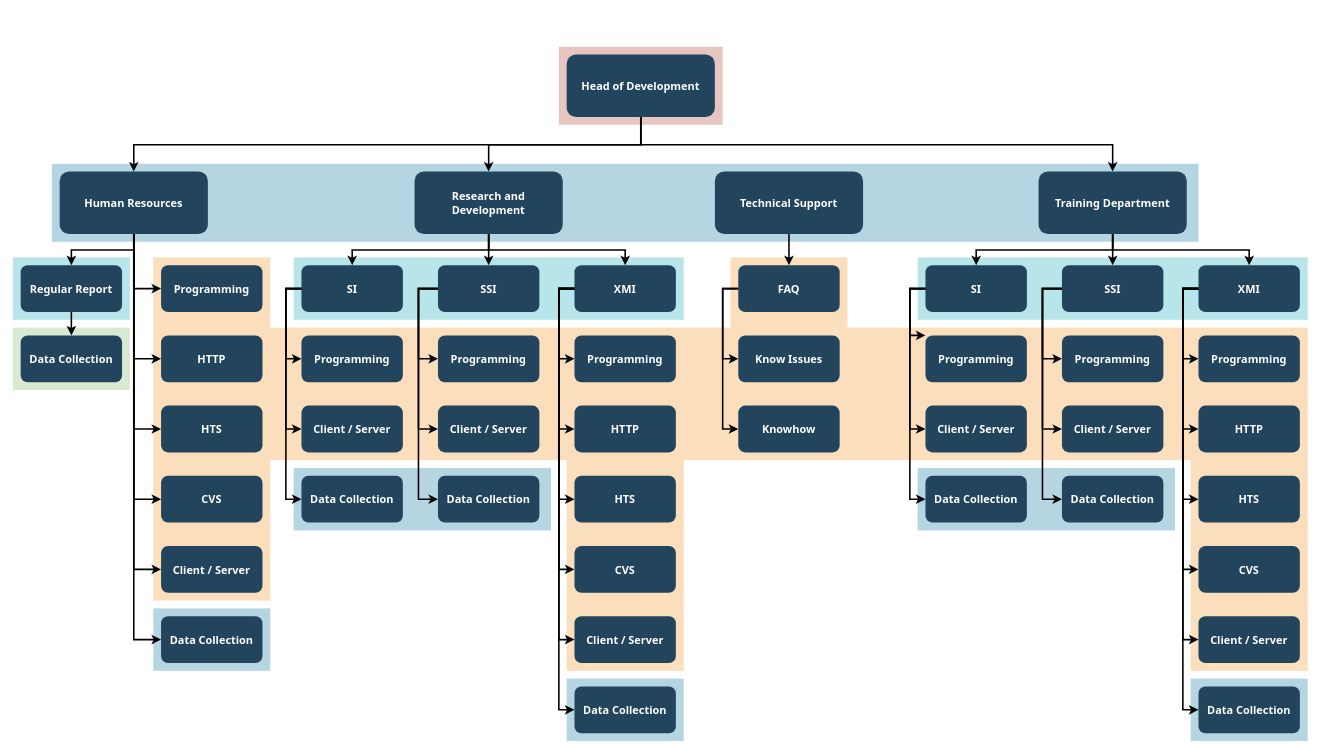
The draw.io diagram Диаграмма без названия.drawio in vadimartyushenko/lecture-materials, before the edit. Source tidied: cells renumbered, new cells numbered last; positions are measured from the earlier drawing's top-left corner, leaving out a move shared by most shapes. Both pictures are drawn from the tidied source at 78%, with x=0, y=0 at pixel (12, 47).
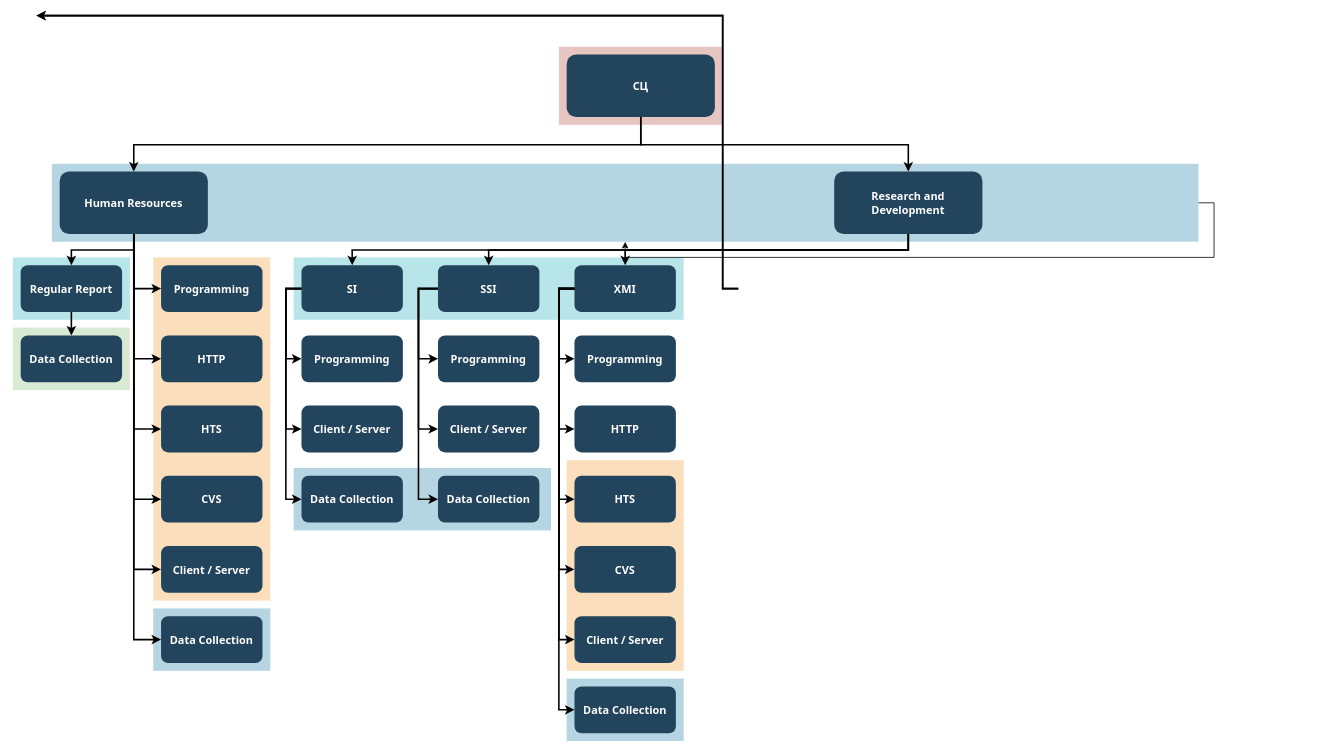
After the change.

The change refers to these unchanged cells:
```xml
<mxCell id="3" style="fillColor=#10739E;strokeColor=none;opacity=30;" parent="1" vertex="1">
  <mxGeometry x="50" y="149.5" width="1470" height="100" as="geometry" />
</mxCell>
```

What changed in the source:
```diff
@@
-    <mxCell id="4" style="fillColor=#F2931E;strokeColor=none;opacity=30;" parent="1" vertex="1">
-      <mxGeometry x="1510" y="529.5" width="150" height="270" as="geometry" />
-    </mxCell>
-    <mxCell id="5" style="fillColor=#F2931E;strokeColor=none;opacity=30;" parent="1" vertex="1">
-      <mxGeometry x="920" y="269.5" width="150" height="90" as="geometry" />
-    </mxCell>
@@
-    <mxCell id="8" style="fillColor=#F2931E;strokeColor=none;opacity=30;" parent="1" vertex="1">
-      <mxGeometry x="330" y="359.5" width="1330" height="170" as="geometry" />
-    </mxCell>
-    <mxCell id="9" style="fillColor=#10739E;strokeColor=none;opacity=30;" parent="1" vertex="1">
-      <mxGeometry x="1510" y="809.5" width="150" height="80" as="geometry" />
-    </mxCell>
-    <mxCell id="10" style="fillColor=#10739E;strokeColor=none;opacity=30;" parent="1" vertex="1">
-      <mxGeometry x="1160" y="539.5" width="330" height="80" as="geometry" />
-    </mxCell>
@@
-    <mxCell id="15" style="fillColor=#12AAB5;strokeColor=none;opacity=30;" parent="1" vertex="1">
-      <mxGeometry x="1160" y="269.5" width="500" height="80" as="geometry" />
-    </mxCell>
@@
-    <mxCell id="18" value="Head of Development" style="rounded=1;fillColor=#23445D;gradientColor=none;strokeColor=none;fontColor=#FFFFFF;fontStyle=1;fontFamily=Tahoma;fontSize=14;" parent="1" vertex="1">
+    <mxCell id="18" value="СЦ" style="rounded=1;fillColor=#23445D;gradientColor=none;strokeColor=none;fontColor=#FFFFFF;fontStyle=1;fontFamily=Tahoma;fontSize=14;" parent="1" vertex="1">
       <mxGeometry x="710" y="9.5" width="190" height="80" as="geometry" />
     </mxCell>
-    <mxCell id="19" value="Training Department" style="rounded=1;fillColor=#23445D;gradientColor=none;strokeColor=none;fontColor=#FFFFFF;fontStyle=1;fontFamily=Tahoma;fontSize=14;" parent="1" vertex="1">
-      <mxGeometry x="1315" y="159.5" width="190" height="80" as="geometry" />
-    </mxCell>
-    <mxCell id="20" style="edgeStyle=elbowEdgeStyle;elbow=vertical;strokeWidth=2;rounded=0;" parent="1" edge="1" source="18" target="19">
-      <mxGeometry x="337" y="215.5" as="geometry" />
-    </mxCell>
-    <mxCell id="21" value="Technical Support" style="rounded=1;fillColor=#23445D;gradientColor=none;strokeColor=none;fontColor=#FFFFFF;fontStyle=1;fontFamily=Tahoma;fontSize=14;" parent="1" vertex="1">
-      <mxGeometry x="900" y="159.5" width="190" height="80" as="geometry" />
-    </mxCell>
     <mxCell id="22" value="Research and &#10;Development" style="rounded=1;fillColor=#23445D;gradientColor=none;strokeColor=none;fontColor=#FFFFFF;fontStyle=1;fontFamily=Tahoma;fontSize=14;" parent="1" vertex="1">
-      <mxGeometry x="515" y="159.5" width="190" height="80" as="geometry" />
+      <mxGeometry x="1053" y="159.5" width="190" height="80" as="geometry" />
     </mxCell>
@@
-    <mxCell id="47" value="FAQ" style="rounded=1;fillColor=#23445D;gradientColor=none;strokeColor=none;fontColor=#FFFFFF;fontStyle=1;fontFamily=Tahoma;fontSize=14;" parent="1" vertex="1">
-      <mxGeometry x="930" y="279.5" width="130" height="60" as="geometry" />
-    </mxCell>
-    <mxCell id="48" value="Know Issues" style="rounded=1;fillColor=#23445D;gradientColor=none;strokeColor=none;fontColor=#FFFFFF;fontStyle=1;fontFamily=Tahoma;fontSize=14;" parent="1" vertex="1">
-      <mxGeometry x="930" y="369.5" width="130" height="60" as="geometry" />
-    </mxCell>
-    <mxCell id="49" value="Knowhow" style="rounded=1;fillColor=#23445D;gradientColor=none;strokeColor=none;fontColor=#FFFFFF;fontStyle=1;fontFamily=Tahoma;fontSize=14;" parent="1" vertex="1">
-      <mxGeometry x="930" y="459.5" width="130" height="60" as="geometry" />
-    </mxCell>
-    <mxCell id="50" value="SI" style="rounded=1;fillColor=#23445D;gradientColor=none;strokeColor=none;fontColor=#FFFFFF;fontStyle=1;fontFamily=Tahoma;fontSize=14;" parent="1" vertex="1">
-      <mxGeometry x="1170" y="279.5" width="130" height="60" as="geometry" />
-    </mxCell>
-    <mxCell id="51" value="Programming" style="rounded=1;fillColor=#23445D;gradientColor=none;strokeColor=none;fontColor=#FFFFFF;fontStyle=1;fontFamily=Tahoma;fontSize=14;" parent="1" vertex="1">
-      <mxGeometry x="1170" y="369.5" width="130" height="60" as="geometry" />
-    </mxCell>
-    <mxCell id="52" value="Client / Server" style="rounded=1;fillColor=#23445D;gradientColor=none;strokeColor=none;fontColor=#FFFFFF;fontStyle=1;fontFamily=Tahoma;fontSize=14;" parent="1" vertex="1">
-      <mxGeometry x="1170" y="459.5" width="130" height="60" as="geometry" />
-    </mxCell>
-    <mxCell id="53" value="Data Collection" style="rounded=1;fillColor=#23445D;gradientColor=none;strokeColor=none;fontColor=#FFFFFF;fontStyle=1;fontFamily=Tahoma;fontSize=14;" parent="1" vertex="1">
-      <mxGeometry x="1170" y="549.5" width="130" height="60" as="geometry" />
-    </mxCell>
-    <mxCell id="54" value="SSI" style="rounded=1;fillColor=#23445D;gradientColor=none;strokeColor=none;fontColor=#FFFFFF;fontStyle=1;fontFamily=Tahoma;fontSize=14;" parent="1" vertex="1">
-      <mxGeometry x="1345" y="279.5" width="130" height="60" as="geometry" />
-    </mxCell>
-    <mxCell id="55" value="Programming" style="rounded=1;fillColor=#23445D;gradientColor=none;strokeColor=none;fontColor=#FFFFFF;fontStyle=1;fontFamily=Tahoma;fontSize=14;" parent="1" vertex="1">
-      <mxGeometry x="1345" y="369.5" width="130" height="60" as="geometry" />
-    </mxCell>
-    <mxCell id="56" value="Client / Server" style="rounded=1;fillColor=#23445D;gradientColor=none;strokeColor=none;fontColor=#FFFFFF;fontStyle=1;fontFamily=Tahoma;fontSize=14;" parent="1" vertex="1">
-      <mxGeometry x="1345" y="459.5" width="130" height="60" as="geometry" />
-    </mxCell>
-    <mxCell id="57" value="Data Collection" style="rounded=1;fillColor=#23445D;gradientColor=none;strokeColor=none;fontColor=#FFFFFF;fontStyle=1;fontFamily=Tahoma;fontSize=14;" parent="1" vertex="1">
-      <mxGeometry x="1345" y="549.5" width="130" height="60" as="geometry" />
-    </mxCell>
-    <mxCell id="58" value="XMI" style="rounded=1;fillColor=#23445D;gradientColor=none;strokeColor=none;fontColor=#FFFFFF;fontStyle=1;fontFamily=Tahoma;fontSize=14;" parent="1" vertex="1">
-      <mxGeometry x="1520" y="279.5" width="130" height="60" as="geometry" />
-    </mxCell>
-    <mxCell id="59" value="Programming" style="rounded=1;fillColor=#23445D;gradientColor=none;strokeColor=none;fontColor=#FFFFFF;fontStyle=1;fontFamily=Tahoma;fontSize=14;" parent="1" vertex="1">
-      <mxGeometry x="1520" y="369.5" width="130" height="60" as="geometry" />
-    </mxCell>
-    <mxCell id="60" value="HTTP" style="rounded=1;fillColor=#23445D;gradientColor=none;strokeColor=none;fontColor=#FFFFFF;fontStyle=1;fontFamily=Tahoma;fontSize=14;" parent="1" vertex="1">
-      <mxGeometry x="1520" y="459.5" width="130" height="60" as="geometry" />
-    </mxCell>
-    <mxCell id="61" value="HTS" style="rounded=1;fillColor=#23445D;gradientColor=none;strokeColor=none;fontColor=#FFFFFF;fontStyle=1;fontFamily=Tahoma;fontSize=14;" parent="1" vertex="1">
-      <mxGeometry x="1520" y="549.5" width="130" height="60" as="geometry" />
-    </mxCell>
-    <mxCell id="62" value="CVS" style="rounded=1;fillColor=#23445D;gradientColor=none;strokeColor=none;fontColor=#FFFFFF;fontStyle=1;fontFamily=Tahoma;fontSize=14;" parent="1" vertex="1">
-      <mxGeometry x="1520" y="639.5" width="130" height="60" as="geometry" />
-    </mxCell>
-    <mxCell id="63" value="Client / Server" style="rounded=1;fillColor=#23445D;gradientColor=none;strokeColor=none;fontColor=#FFFFFF;fontStyle=1;fontFamily=Tahoma;fontSize=14;" parent="1" vertex="1">
-      <mxGeometry x="1520" y="729.5" width="130" height="60" as="geometry" />
-    </mxCell>
-    <mxCell id="64" value="Data Collection" style="rounded=1;fillColor=#23445D;gradientColor=none;strokeColor=none;fontColor=#FFFFFF;fontStyle=1;fontFamily=Tahoma;fontSize=14;" parent="1" vertex="1">
-      <mxGeometry x="1520" y="819.5" width="130" height="60" as="geometry" />
-    </mxCell>
@@
-    <mxCell id="86" style="edgeStyle=elbowEdgeStyle;elbow=horizontal;strokeWidth=2;rounded=0;" parent="1" edge="1" source="47" target="48">
+    <mxCell id="86" style="edgeStyle=elbowEdgeStyle;elbow=horizontal;strokeWidth=2;rounded=0;" parent="1" edge="1">
       <mxGeometry x="-23" y="135.5" as="geometry">
+        <mxPoint x="930" y="309.5" as="sourcePoint" />
+        <mxPoint x="30" y="-40.5" as="targetPoint" />
         <Array as="points">
           <mxPoint x="910" y="359.5" />
         </Array>
       </mxGeometry>
     </mxCell>
-    <mxCell id="87" style="edgeStyle=elbowEdgeStyle;elbow=horizontal;strokeWidth=2;rounded=0;" parent="1" edge="1" source="47" target="49">
+    <mxCell id="87" style="edgeStyle=elbowEdgeStyle;elbow=horizontal;strokeWidth=2;rounded=0;" parent="1" edge="1">
       <mxGeometry x="-23" y="135.5" as="geometry">
+        <mxPoint x="930" y="309.5" as="sourcePoint" />
+        <mxPoint x="30" y="-40.5" as="targetPoint" />
         <Array as="points">
           <mxPoint x="910" y="409.5" />
         </Array>
       </mxGeometry>
     </mxCell>
-    <mxCell id="88" style="edgeStyle=elbowEdgeStyle;elbow=horizontal;strokeWidth=2;rounded=0;" parent="1" edge="1" source="50" target="51">
-      <mxGeometry x="-23" y="135.5" as="geometry">
-        <Array as="points">
-          <mxPoint x="1150" y="369.5" />
-        </Array>
-      </mxGeometry>
-    </mxCell>
-    <mxCell id="89" style="edgeStyle=elbowEdgeStyle;elbow=horizontal;strokeWidth=2;rounded=0;" parent="1" edge="1" source="50" target="52">
-      <mxGeometry x="-23" y="135.5" as="geometry">
-        <Array as="points">
-          <mxPoint x="1150" y="399.5" />
-        </Array>
-      </mxGeometry>
-    </mxCell>
-    <mxCell id="90" style="edgeStyle=elbowEdgeStyle;elbow=horizontal;strokeWidth=2;rounded=0;" parent="1" edge="1" source="50" target="53">
-      <mxGeometry x="-23" y="135.5" as="geometry">
-        <Array as="points">
-          <mxPoint x="1150" y="449.5" />
-        </Array>
-      </mxGeometry>
-    </mxCell>
-    <mxCell id="91" style="edgeStyle=elbowEdgeStyle;elbow=horizontal;strokeWidth=2;rounded=0;" parent="1" edge="1" source="54" target="55">
-      <mxGeometry x="-23" y="135.5" as="geometry">
-        <Array as="points">
-          <mxPoint x="1320" y="359.5" />
-        </Array>
-      </mxGeometry>
-    </mxCell>
-    <mxCell id="92" style="edgeStyle=elbowEdgeStyle;elbow=horizontal;strokeWidth=2;rounded=0;" parent="1" edge="1" source="54" target="56">
-      <mxGeometry x="-23" y="135.5" as="geometry">
-        <Array as="points">
-          <mxPoint x="1320" y="419.5" />
-        </Array>
-      </mxGeometry>
-    </mxCell>
-    <mxCell id="93" style="edgeStyle=elbowEdgeStyle;elbow=horizontal;strokeWidth=2;rounded=0;" parent="1" edge="1" source="54" target="57">
-      <mxGeometry x="-23" y="135.5" as="geometry">
-        <Array as="points">
-          <mxPoint x="1320" y="449.5" />
-        </Array>
-      </mxGeometry>
-    </mxCell>
-    <mxCell id="94" style="edgeStyle=elbowEdgeStyle;elbow=horizontal;strokeWidth=2;rounded=0;" parent="1" edge="1" source="58" target="59">
-      <mxGeometry x="-23" y="135.5" as="geometry">
-        <Array as="points">
-          <mxPoint x="1500" y="359.5" />
-        </Array>
-      </mxGeometry>
-    </mxCell>
-    <mxCell id="95" style="edgeStyle=elbowEdgeStyle;elbow=horizontal;strokeWidth=2;rounded=0;" parent="1" edge="1" source="58" target="60">
-      <mxGeometry x="-23" y="135.5" as="geometry">
-        <Array as="points">
-          <mxPoint x="1500" y="399.5" />
-        </Array>
-      </mxGeometry>
-    </mxCell>
-    <mxCell id="96" style="edgeStyle=elbowEdgeStyle;elbow=horizontal;strokeWidth=2;rounded=0;" parent="1" edge="1" source="58" target="61">
-      <mxGeometry x="-23" y="135.5" as="geometry">
-        <Array as="points">
-          <mxPoint x="1500" y="449.5" />
-        </Array>
-      </mxGeometry>
-    </mxCell>
-    <mxCell id="97" style="edgeStyle=elbowEdgeStyle;elbow=horizontal;strokeWidth=2;rounded=0;" parent="1" edge="1" source="58" target="62">
-      <mxGeometry x="-23" y="135.5" as="geometry">
-        <Array as="points">
-          <mxPoint x="1500" y="499.5" />
-        </Array>
-      </mxGeometry>
-    </mxCell>
-    <mxCell id="98" style="edgeStyle=elbowEdgeStyle;elbow=horizontal;strokeWidth=2;rounded=0;" parent="1" edge="1" source="58" target="63">
-      <mxGeometry x="-23" y="135.5" as="geometry">
-        <Array as="points">
-          <mxPoint x="1500" y="549.5" />
-        </Array>
-      </mxGeometry>
-    </mxCell>
-    <mxCell id="99" style="edgeStyle=elbowEdgeStyle;elbow=horizontal;strokeWidth=2;rounded=0;" parent="1" edge="1" source="58" target="64">
-      <mxGeometry x="-23" y="135.5" as="geometry">
-        <Array as="points">
-          <mxPoint x="1500" y="589.5" />
-        </Array>
-      </mxGeometry>
-    </mxCell>
@@
-    <mxCell id="103" style="edgeStyle=elbowEdgeStyle;elbow=vertical;strokeWidth=2;rounded=0;" parent="1" edge="1" source="21" target="47">
-      <mxGeometry x="-23" y="135.5" as="geometry" />
-    </mxCell>
-    <mxCell id="104" style="edgeStyle=elbowEdgeStyle;elbow=vertical;strokeWidth=2;rounded=0;" parent="1" edge="1" source="19" target="54">
-      <mxGeometry x="-23" y="135.5" as="geometry" />
-    </mxCell>
-    <mxCell id="105" style="edgeStyle=elbowEdgeStyle;elbow=vertical;strokeWidth=2;rounded=0;" parent="1" edge="1" source="19" target="50">
-      <mxGeometry x="-23" y="135.5" as="geometry" />
-    </mxCell>
-    <mxCell id="106" style="edgeStyle=elbowEdgeStyle;elbow=vertical;strokeWidth=2;rounded=0;" parent="1" edge="1" source="19" target="58">
-      <mxGeometry x="-23" y="135.5" as="geometry" />
-    </mxCell>
@@
+    <mxCell id="108" style="edgeStyle=orthogonalEdgeStyle;rounded=0;orthogonalLoop=1;jettySize=auto;html=1;exitX=1;exitY=0.5;exitDx=0;exitDy=0;" parent="1" edge="1" source="3" target="3">
+      <mxGeometry relative="1" as="geometry" />
+    </mxCell>
```
